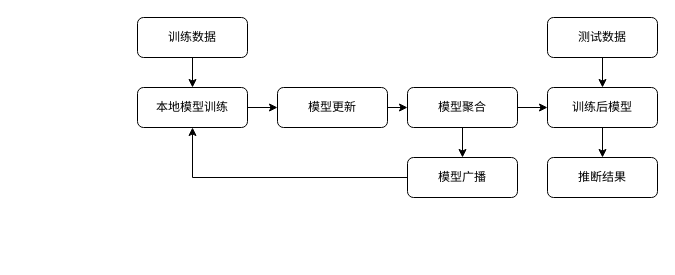
This is drawio/数据投毒.drawio from ShizhongP/dl-notes, a draw.io file, before an edit. Source tidied: cells renumbered, new cells numbered last; positions are measured from the earlier drawing's top-left corner, leaving out a move shared by most shapes. Both pictures are drawn from the tidied source at 100%, with x=0, y=0 at pixel (137, 17).
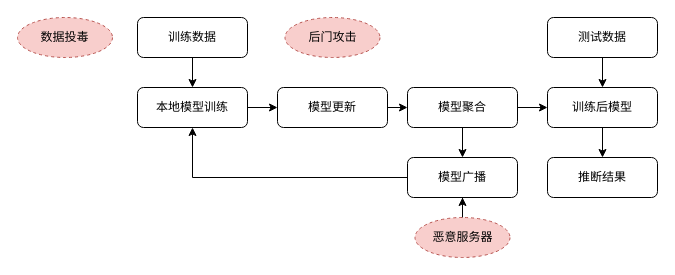
After the change.

Commit message (it also covers changes not shown here):
更新数据投毒.drawio

Unchanged cells that the change refers to:
```xml
<mxCell id="7" value="模型广播" style="rounded=1;whiteSpace=wrap;html=1;" parent="1" vertex="1">
  <mxGeometry x="270" y="140" width="110" height="40" as="geometry" />
</mxCell>
```

Diff of the diagram source:
```diff
@@
+    <mxCell id="18" value="后门攻击" style="ellipse;whiteSpace=wrap;html=1;dashed=1;fillColor=#f8cecc;strokeColor=#b85450;" parent="1" vertex="1">
+      <mxGeometry x="147.5" width="95" height="40" as="geometry" />
+    </mxCell>
+    <mxCell id="19" value="数据投毒" style="ellipse;whiteSpace=wrap;html=1;dashed=1;fillColor=#f8cecc;strokeColor=#b85450;" parent="1" vertex="1">
+      <mxGeometry x="-120" width="95" height="40" as="geometry" />
+    </mxCell>
+    <mxCell id="20" style="edgeStyle=orthogonalEdgeStyle;rounded=0;jettySize=auto;html=1;entryX=0.5;entryY=1;entryDx=0;entryDy=0;" parent="1" edge="1" source="21" target="7">
+      <mxGeometry relative="1" as="geometry" />
+    </mxCell>
+    <mxCell id="21" value="恶意服务器" style="ellipse;whiteSpace=wrap;html=1;dashed=1;fillColor=#f8cecc;strokeColor=#b85450;" parent="1" vertex="1">
+      <mxGeometry x="277.5" y="200" width="95" height="40" as="geometry" />
+    </mxCell>
```
